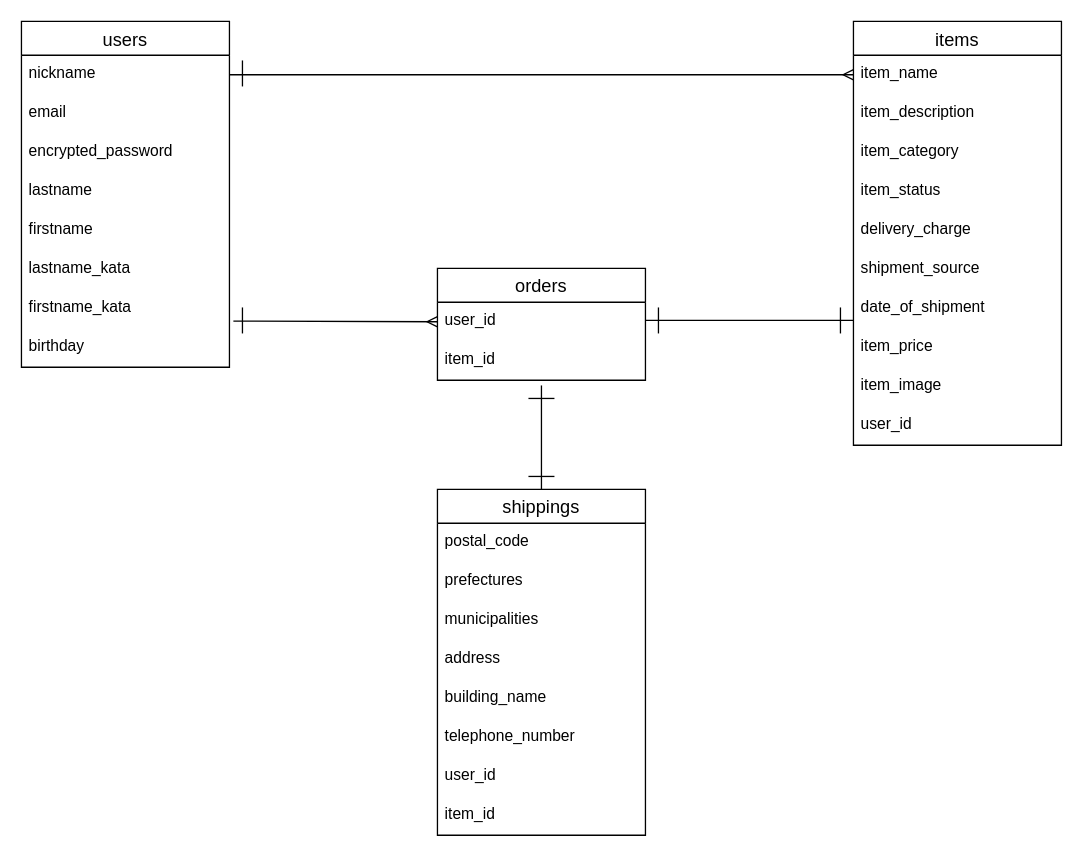
Earlier version of the draw.io diagram DBdesign.dio (kokmraoi/furima-37387). Source tidied: cells renumbered, new cells numbered last; positions are measured from the earlier drawing's top-left corner, leaving out a move shared by most shapes. Both pictures are drawn from the tidied source at 130%, with x=0, y=0 at pixel (21, 21).
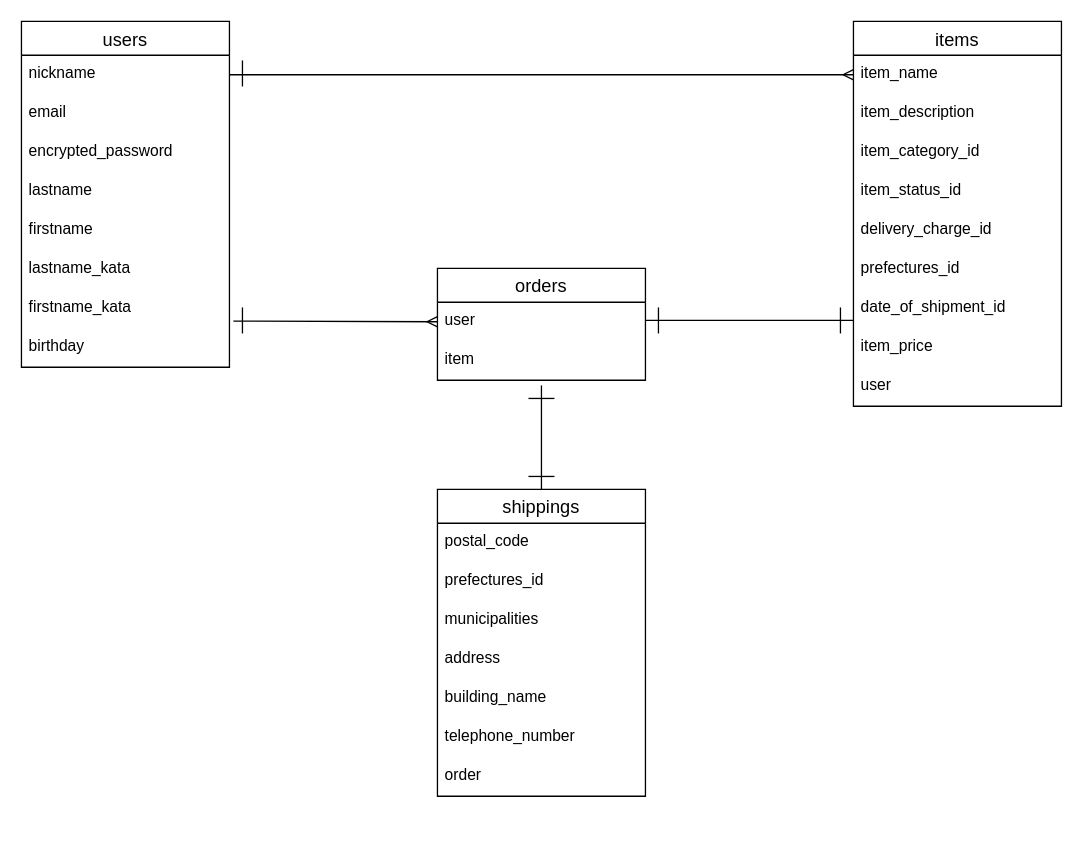
After the change.

Commit message (it also covers changes not shown here):
Column、Association、ER図の修正

The change refers to these unchanged cells:
```xml
<mxCell id="23" value="orders" style="swimlane;fontStyle=0;horizontal=1;startSize=26;align=center;fontSize=14;" parent="1" vertex="1">
  <mxGeometry x="320" y="190" width="160" height="86" as="geometry" />
</mxCell>
```

What changed in the source:
```diff
@@
     <mxCell id="11" value="items" style="swimlane;fontStyle=0;horizontal=1;startSize=26;align=center;fontSize=14;" parent="1" vertex="1">
-      <mxGeometry x="640" width="160" height="326" as="geometry" />
+      <mxGeometry x="640" width="160" height="296" as="geometry" />
     </mxCell>
@@
-    <mxCell id="14" value="item_category" style="text;strokeColor=none;fillColor=none;spacingLeft=4;spacingRight=4;overflow=hidden;fontSize=12;" parent="11" vertex="1">
+    <mxCell id="14" value="item_category_id" style="text;strokeColor=none;fillColor=none;spacingLeft=4;spacingRight=4;overflow=hidden;fontSize=12;" parent="11" vertex="1">
       <mxGeometry y="86" width="160" height="30" as="geometry" />
     </mxCell>
-    <mxCell id="15" value="item_status" style="text;strokeColor=none;fillColor=none;spacingLeft=4;spacingRight=4;overflow=hidden;fontSize=12;" parent="11" vertex="1">
+    <mxCell id="15" value="item_status_id" style="text;strokeColor=none;fillColor=none;spacingLeft=4;spacingRight=4;overflow=hidden;fontSize=12;" parent="11" vertex="1">
       <mxGeometry y="116" width="160" height="30" as="geometry" />
     </mxCell>
-    <mxCell id="16" value="delivery_charge" style="text;strokeColor=none;fillColor=none;spacingLeft=4;spacingRight=4;overflow=hidden;fontSize=12;" parent="11" vertex="1">
+    <mxCell id="16" value="delivery_charge_id" style="text;strokeColor=none;fillColor=none;spacingLeft=4;spacingRight=4;overflow=hidden;fontSize=12;" parent="11" vertex="1">
       <mxGeometry y="146" width="160" height="30" as="geometry" />
     </mxCell>
-    <mxCell id="17" value="shipment_source" style="text;strokeColor=none;fillColor=none;spacingLeft=4;spacingRight=4;overflow=hidden;fontSize=12;" parent="11" vertex="1">
+    <mxCell id="17" value="prefectures_id" style="text;strokeColor=none;fillColor=none;spacingLeft=4;spacingRight=4;overflow=hidden;fontSize=12;" parent="11" vertex="1">
       <mxGeometry y="176" width="160" height="30" as="geometry" />
     </mxCell>
-    <mxCell id="18" value="date_of_shipment" style="text;strokeColor=none;fillColor=none;spacingLeft=4;spacingRight=4;overflow=hidden;fontSize=12;" parent="11" vertex="1">
+    <mxCell id="18" value="date_of_shipment_id" style="text;strokeColor=none;fillColor=none;spacingLeft=4;spacingRight=4;overflow=hidden;fontSize=12;" parent="11" vertex="1">
       <mxGeometry y="206" width="160" height="30" as="geometry" />
     </mxCell>
@@
-    <mxCell id="20" value="item_image" style="text;strokeColor=none;fillColor=none;spacingLeft=4;spacingRight=4;overflow=hidden;fontSize=12;" parent="11" vertex="1">
-      <mxGeometry y="266" width="160" height="30" as="geometry" />
-    </mxCell>
-    <mxCell id="21" value="user_id" style="text;strokeColor=none;fillColor=none;spacingLeft=4;spacingRight=4;overflow=hidden;fontSize=12;" parent="11" vertex="1">
-      <mxGeometry y="296" width="160" height="30" as="geometry" />
+    <mxCell id="21" value="user" style="text;strokeColor=none;fillColor=none;spacingLeft=4;spacingRight=4;overflow=hidden;fontSize=12;" parent="11" vertex="1">
+      <mxGeometry y="266" width="160" height="30" as="geometry" />
     </mxCell>
@@
-    <mxCell id="24" value="user_id" style="text;strokeColor=none;fillColor=none;spacingLeft=4;spacingRight=4;overflow=hidden;points=[[0,0.5],[1,0.5]];portConstraint=eastwest;fontSize=12;" parent="23" vertex="1">
+    <mxCell id="24" value="user" style="text;strokeColor=none;fillColor=none;spacingLeft=4;spacingRight=4;overflow=hidden;points=[[0,0.5],[1,0.5]];portConstraint=eastwest;fontSize=12;" parent="23" vertex="1">
       <mxGeometry y="26" width="160" height="30" as="geometry" />
     </mxCell>
-    <mxCell id="25" value="item_id" style="text;strokeColor=none;fillColor=none;spacingLeft=4;spacingRight=4;overflow=hidden;fontSize=12;" parent="23" vertex="1">
+    <mxCell id="25" value="item" style="text;strokeColor=none;fillColor=none;spacingLeft=4;spacingRight=4;overflow=hidden;fontSize=12;" parent="23" vertex="1">
       <mxGeometry y="56" width="160" height="30" as="geometry" />
     </mxCell>
     <mxCell id="26" value="shippings" style="swimlane;fontStyle=0;horizontal=1;startSize=26;align=center;fontSize=14;" parent="1" vertex="1">
-      <mxGeometry x="320" y="360" width="160" height="266" as="geometry" />
+      <mxGeometry x="320" y="360" width="160" height="236" as="geometry" />
     </mxCell>
@@
-    <mxCell id="28" value="prefectures" style="text;strokeColor=none;fillColor=none;spacingLeft=4;spacingRight=4;overflow=hidden;fontSize=12;" parent="26" vertex="1">
+    <mxCell id="28" value="prefectures_id" style="text;strokeColor=none;fillColor=none;spacingLeft=4;spacingRight=4;overflow=hidden;fontSize=12;" parent="26" vertex="1">
       <mxGeometry y="56" width="160" height="30" as="geometry" />
     </mxCell>
@@
-    <mxCell id="33" value="user_id" style="text;strokeColor=none;fillColor=none;spacingLeft=4;spacingRight=4;overflow=hidden;fontSize=12;" parent="26" vertex="1">
+    <mxCell id="33" value="order" style="text;strokeColor=none;fillColor=none;spacingLeft=4;spacingRight=4;overflow=hidden;fontSize=12;" parent="26" vertex="1">
       <mxGeometry y="206" width="160" height="30" as="geometry" />
     </mxCell>
-    <mxCell id="34" value="item_id" style="text;strokeColor=none;fillColor=none;spacingLeft=4;spacingRight=4;overflow=hidden;fontSize=12;" parent="26" vertex="1">
-      <mxGeometry y="236" width="160" height="30" as="geometry" />
-    </mxCell>
```
